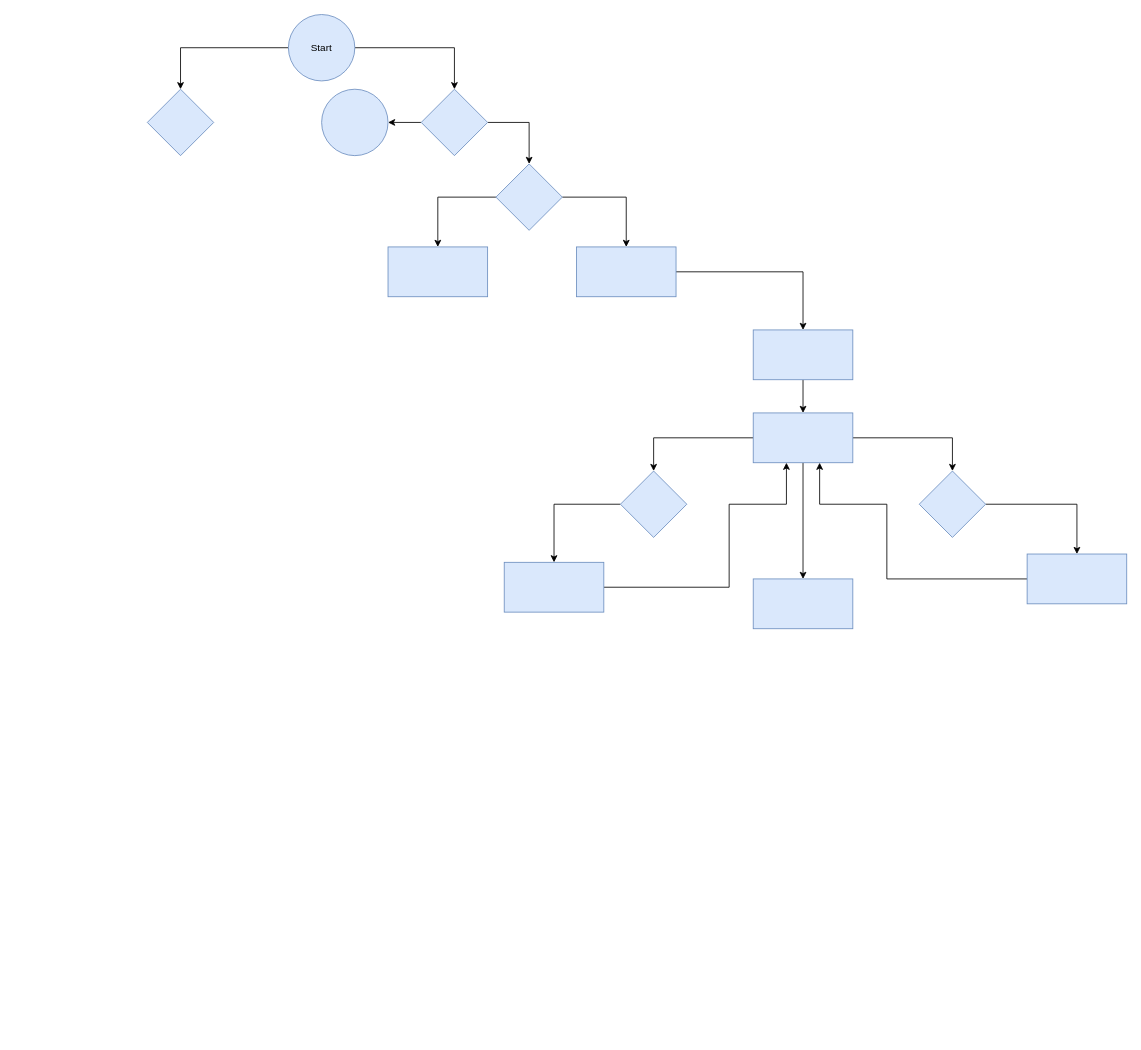
MaximKolody/MaximKolody1 keeps this draw.io diagram as Діаграма без назви.drawio. Above is the earlier version. Source tidied: cells renumbered, new cells numbered last; positions are measured from the earlier drawing's top-left corner, leaving out a move shared by most shapes. Both pictures are drawn from the tidied source at 83%, with x=0, y=0 at pixel (147, 14).
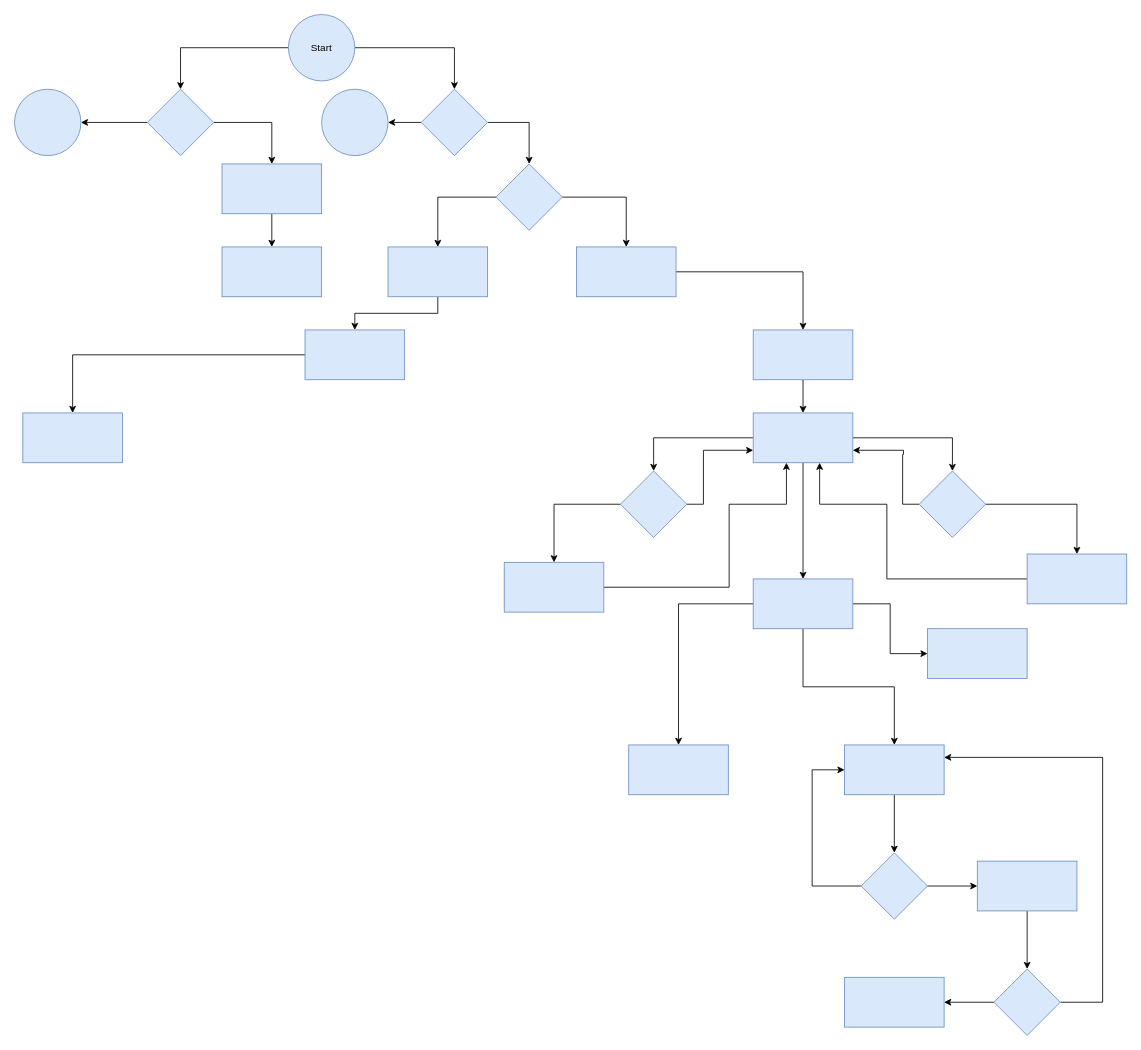
After the change.

Unchanged cells that the change refers to:
```xml
<mxCell id="8" style="rhombus;whiteSpace=wrap;html=1;fillColor=#dae8fc;strokeColor=#6c8ebf;" parent="1" vertex="1">
  <mxGeometry y="90" width="80" height="80" as="geometry" />
</mxCell>
<mxCell id="13" style="whiteSpace=wrap;html=1;fillColor=#dae8fc;strokeColor=#6c8ebf;" parent="1" vertex="1">
  <mxGeometry x="290" y="280" width="120" height="60" as="geometry" />
</mxCell>
<mxCell id="21" style="whiteSpace=wrap;html=1;fillColor=#dae8fc;strokeColor=#6c8ebf;" parent="1" vertex="1">
  <mxGeometry x="730" y="480" width="120" height="60" as="geometry" />
</mxCell>
<mxCell id="23" style="rhombus;whiteSpace=wrap;html=1;fillColor=#dae8fc;strokeColor=#6c8ebf;" parent="1" vertex="1">
  <mxGeometry x="570" y="550" width="80" height="80" as="geometry" />
</mxCell>
<mxCell id="25" style="rhombus;whiteSpace=wrap;html=1;fillColor=#dae8fc;strokeColor=#6c8ebf;" parent="1" vertex="1">
  <mxGeometry x="930" y="550" width="80" height="80" as="geometry" />
</mxCell>
<mxCell id="28" style="whiteSpace=wrap;html=1;fillColor=#dae8fc;strokeColor=#6c8ebf;" parent="1" vertex="1">
  <mxGeometry x="730" y="680" width="120" height="60" as="geometry" />
</mxCell>
```

The edit, as a diff of the source:
```diff
@@
+    <mxCell id="31" style="edgeStyle=orthogonalEdgeStyle;rounded=0;jettySize=auto;html=1;" parent="1" edge="1" source="8" target="52">
+      <mxGeometry relative="1" as="geometry" />
+    </mxCell>
+    <mxCell id="32" style="edgeStyle=orthogonalEdgeStyle;rounded=0;jettySize=auto;html=1;" parent="1" edge="1" source="8" target="54">
+      <mxGeometry relative="1" as="geometry" />
+    </mxCell>
@@
+    <mxCell id="33" style="edgeStyle=orthogonalEdgeStyle;rounded=0;jettySize=auto;html=1;" parent="1" edge="1" source="13" target="57">
+      <mxGeometry relative="1" as="geometry" />
+    </mxCell>
@@
+    <mxCell id="34" style="edgeStyle=orthogonalEdgeStyle;rounded=0;jettySize=auto;html=1;entryX=0;entryY=0.75;entryDx=0;entryDy=0;" parent="1" edge="1" source="23" target="21">
+      <mxGeometry relative="1" as="geometry">
+        <Array as="points">
+          <mxPoint x="670" y="590" />
+          <mxPoint x="670" y="525" />
+        </Array>
+      </mxGeometry>
+    </mxCell>
@@
+    <mxCell id="35" style="edgeStyle=orthogonalEdgeStyle;rounded=0;jettySize=auto;html=1;exitX=0;exitY=0.5;exitDx=0;exitDy=0;entryX=1;entryY=0.75;entryDx=0;entryDy=0;" parent="1" edge="1" source="25" target="21">
+      <mxGeometry relative="1" as="geometry">
+        <Array as="points">
+          <mxPoint x="910" y="590" />
+          <mxPoint x="910" y="530" />
+          <mxPoint x="911" y="530" />
+          <mxPoint x="911" y="525" />
+        </Array>
+      </mxGeometry>
+    </mxCell>
@@
+    <mxCell id="36" style="edgeStyle=orthogonalEdgeStyle;rounded=0;jettySize=auto;html=1;" parent="1" edge="1" source="28" target="39">
+      <mxGeometry relative="1" as="geometry" />
+    </mxCell>
+    <mxCell id="37" style="edgeStyle=orthogonalEdgeStyle;rounded=0;jettySize=auto;html=1;" parent="1" edge="1" source="28" target="41">
+      <mxGeometry relative="1" as="geometry" />
+    </mxCell>
+    <mxCell id="38" style="edgeStyle=orthogonalEdgeStyle;rounded=0;jettySize=auto;html=1;" parent="1" edge="1" source="28" target="42">
+      <mxGeometry relative="1" as="geometry" />
+    </mxCell>
@@
+    <mxCell id="39" style="whiteSpace=wrap;html=1;fillColor=#dae8fc;strokeColor=#6c8ebf;" parent="1" vertex="1">
+      <mxGeometry x="940" y="740" width="120" height="60" as="geometry" />
+    </mxCell>
+    <mxCell id="40" style="edgeStyle=orthogonalEdgeStyle;rounded=0;jettySize=auto;html=1;" parent="1" edge="1" source="41" target="45">
+      <mxGeometry relative="1" as="geometry" />
+    </mxCell>
+    <mxCell id="41" style="whiteSpace=wrap;html=1;fillColor=#dae8fc;strokeColor=#6c8ebf;" parent="1" vertex="1">
+      <mxGeometry x="840" y="880" width="120" height="60" as="geometry" />
+    </mxCell>
+    <mxCell id="42" style="whiteSpace=wrap;html=1;fillColor=#dae8fc;strokeColor=#6c8ebf;" parent="1" vertex="1">
+      <mxGeometry x="580" y="880" width="120" height="60" as="geometry" />
+    </mxCell>
+    <mxCell id="43" style="edgeStyle=orthogonalEdgeStyle;rounded=0;jettySize=auto;html=1;" parent="1" edge="1" source="45" target="47">
+      <mxGeometry relative="1" as="geometry" />
+    </mxCell>
+    <mxCell id="44" style="edgeStyle=orthogonalEdgeStyle;rounded=0;jettySize=auto;html=1;entryX=0;entryY=0.5;entryDx=0;entryDy=0;" parent="1" edge="1" source="45" target="41">
+      <mxGeometry relative="1" as="geometry">
+        <Array as="points">
+          <mxPoint x="801" y="1050" />
+          <mxPoint x="801" y="910" />
+        </Array>
+      </mxGeometry>
+    </mxCell>
+    <mxCell id="45" style="rhombus;whiteSpace=wrap;html=1;fillColor=#dae8fc;strokeColor=#6c8ebf;" parent="1" vertex="1">
+      <mxGeometry x="860" y="1010" width="80" height="80" as="geometry" />
+    </mxCell>
+    <mxCell id="46" style="edgeStyle=orthogonalEdgeStyle;rounded=0;jettySize=auto;html=1;" parent="1" edge="1" source="47" target="50">
+      <mxGeometry relative="1" as="geometry" />
+    </mxCell>
+    <mxCell id="47" style="whiteSpace=wrap;html=1;fillColor=#dae8fc;strokeColor=#6c8ebf;" parent="1" vertex="1">
+      <mxGeometry x="1000" y="1020" width="120" height="60" as="geometry" />
+    </mxCell>
+    <mxCell id="48" style="edgeStyle=orthogonalEdgeStyle;rounded=0;jettySize=auto;html=1;" parent="1" edge="1" source="50" target="51">
+      <mxGeometry relative="1" as="geometry" />
+    </mxCell>
+    <mxCell id="49" style="edgeStyle=orthogonalEdgeStyle;rounded=0;jettySize=auto;html=1;entryX=1;entryY=0.25;entryDx=0;entryDy=0;" parent="1" edge="1" source="50" target="41">
+      <mxGeometry relative="1" as="geometry">
+        <Array as="points">
+          <mxPoint x="1151" y="1190" />
+          <mxPoint x="1151" y="895" />
+        </Array>
+      </mxGeometry>
+    </mxCell>
+    <mxCell id="50" style="rhombus;whiteSpace=wrap;html=1;fillColor=#dae8fc;strokeColor=#6c8ebf;" parent="1" vertex="1">
+      <mxGeometry x="1020" y="1150" width="80" height="80" as="geometry" />
+    </mxCell>
+    <mxCell id="51" style="whiteSpace=wrap;html=1;fillColor=#dae8fc;strokeColor=#6c8ebf;" parent="1" vertex="1">
+      <mxGeometry x="840" y="1160" width="120" height="60" as="geometry" />
+    </mxCell>
+    <mxCell id="52" style="ellipse;whiteSpace=wrap;html=1;fillColor=#dae8fc;strokeColor=#6c8ebf;" parent="1" vertex="1">
+      <mxGeometry x="-160" y="90" width="80" height="80" as="geometry" />
+    </mxCell>
+    <mxCell id="53" style="edgeStyle=orthogonalEdgeStyle;rounded=0;jettySize=auto;html=1;" parent="1" edge="1" source="54" target="55">
+      <mxGeometry relative="1" as="geometry" />
+    </mxCell>
+    <mxCell id="54" style="whiteSpace=wrap;html=1;fillColor=#dae8fc;strokeColor=#6c8ebf;" parent="1" vertex="1">
+      <mxGeometry x="90" y="180" width="120" height="60" as="geometry" />
+    </mxCell>
+    <mxCell id="55" style="whiteSpace=wrap;html=1;fillColor=#dae8fc;strokeColor=#6c8ebf;" parent="1" vertex="1">
+      <mxGeometry x="90" y="280" width="120" height="60" as="geometry" />
+    </mxCell>
+    <mxCell id="56" style="edgeStyle=orthogonalEdgeStyle;rounded=0;jettySize=auto;html=1;" parent="1" edge="1" source="57" target="58">
+      <mxGeometry relative="1" as="geometry" />
+    </mxCell>
+    <mxCell id="57" style="whiteSpace=wrap;html=1;fillColor=#dae8fc;strokeColor=#6c8ebf;" parent="1" vertex="1">
+      <mxGeometry x="190" y="380" width="120" height="60" as="geometry" />
+    </mxCell>
+    <mxCell id="58" style="whiteSpace=wrap;html=1;fillColor=#dae8fc;strokeColor=#6c8ebf;" parent="1" vertex="1">
+      <mxGeometry x="-150" y="480" width="120" height="60" as="geometry" />
+    </mxCell>
```
